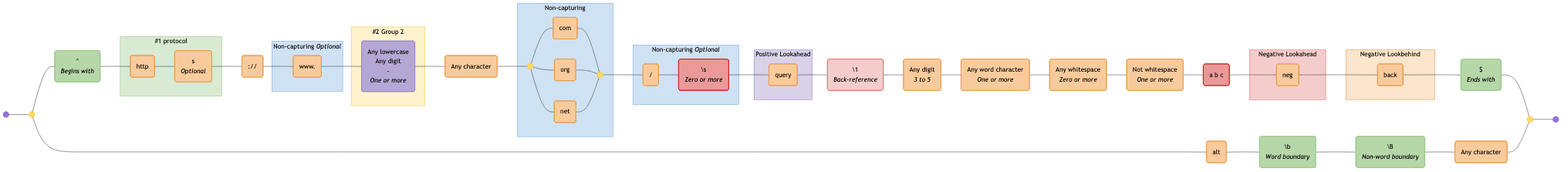
tayles/regex-to-mermaid keeps this Mermaid diagram as diagrams/all-tokens.mermaid-diagram.png. Above is the earlier version. Its source is kept beside it as diagrams/all-tokens.mermaid.
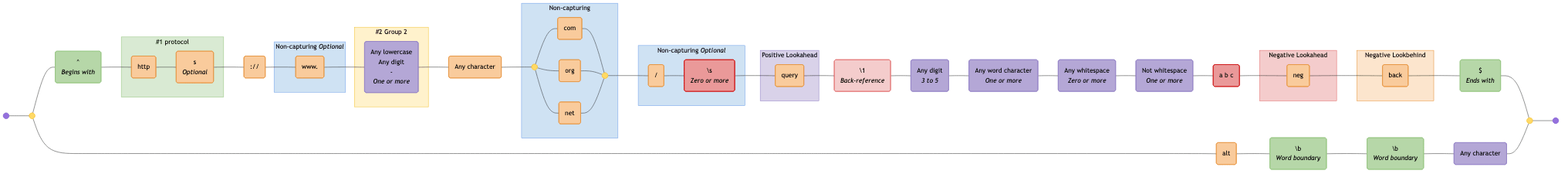
Above is the later version.

Change to the diagram source:
```diff
@@ -1,6 +1,6 @@
 graph LR
   accTitle: "Regex: ^(?<protocol>https?):\\/\\/(?:www\\.)?([a-z0-9\\-]+)\\.(?:com|org|net)(?:\\/[^\\s]*)?(?=query)\\1\\d{3,5}\\w+\\s*\\S+[^abc](?!neg)(?<!back)$|alt\\b\\B."
-  accDescr: "Generated with regex-to-mermaid@1.0.4"
+  accDescr: "Generated with regex-to-mermaid@1.1.0"
 
   start@{ shape: f-circ };
   fin@{ shape: f-circ };
@@ -9,31 +9,31 @@
   assertion_1("^<br><i>Begins with</i>"):::assertion;
   literal_1("http"):::literal;
   literal_2("s<br><i>Optional</i>"):::literal;
-  literal_3("://"):::literal;
-  literal_4("www."):::literal;
-  char_class_1("Any lowercase<br>Any digit<br>-<br><i>One or more</i>"):::char-class;
+  literal_3(":\/\/"):::literal;
+  literal_4("www\."):::literal;
+  char_class_1("Any lowercase<br>Any digit<br>\-<br><i>One or more</i>"):::char-class;
   literal_5("Any character"):::literal;
   disjunction_begin_2:::disjunction@{ shape: f-circ };
   disjunction_end_2:::disjunction@{ shape: f-circ };
   literal_6("com"):::literal;
   literal_7("org"):::literal;
   literal_8("net"):::literal;
-  literal_9("/"):::literal;
+  literal_9("\/"):::literal;
   negated_char_class_1("\s<br><i>Zero or more</i>"):::negated-char-class;
   literal_10("query"):::literal;
-  back_reference_1("\1<br><i>Back-reference</i>"):::back-reference;
-  literal_11("Any digit<br><i>3 to 5</i>"):::literal;
-  literal_12("Any word character<br><i>One or more</i>"):::literal;
-  literal_13("Any whitespace<br><i>Zero or more</i>"):::literal;
-  literal_14("Not whitespace<br><i>One or more</i>"):::literal;
+  back_reference_1("\\1<br><i>Back-reference</i>"):::back-reference;
+  char_class_2("Any digit<br><i>3 to 5</i>"):::char-class;
+  char_class_3("Any word character<br><i>One or more</i>"):::char-class;
+  char_class_4("Any whitespace<br><i>Zero or more</i>"):::char-class;
+  char_class_5("Not whitespace<br><i>One or more</i>"):::char-class;
   negated_char_class_2("a b c"):::negated-char-class;
-  literal_15("neg"):::literal;
-  literal_16("back"):::literal;
+  literal_11("neg"):::literal;
+  literal_12("back"):::literal;
   assertion_2("$<br><i>Ends with</i>"):::assertion;
-  literal_17("alt"):::literal;
+  literal_13("alt"):::literal;
   assertion_3("\b<br><i>Word boundary</i>"):::assertion;
-  assertion_4("\B<br><i>Non-word boundary</i>"):::assertion;
-  literal_18("Any character"):::literal;
+  assertion_4("\b<br><i>Word boundary</i>"):::assertion;
+  char_class_6("Any character"):::char-class;
 
   subgraph named_capture_1 ["#1 protocol"]
     literal_1
@@ -66,11 +66,11 @@
   end
 
   subgraph negative_lookahead_1 ["Negative Lookahead"]
-    literal_15
+    literal_11
   end
 
   subgraph negative_lookbehind_1 ["Negative Lookbehind"]
-    literal_16
+    literal_12
   end
 
   start --- disjunction_begin_1;
@@ -92,20 +92,20 @@
   literal_9 --- negated_char_class_1;
   negated_char_class_1 --- literal_10;
   literal_10 --- back_reference_1;
-  back_reference_1 --- literal_11;
+  back_reference_1 --- char_class_2;
+  char_class_2 --- char_class_3;
+  char_class_3 --- char_class_4;
+  char_class_4 --- char_class_5;
+  char_class_5 --- negated_char_class_2;
+  negated_char_class_2 --- literal_11;
   literal_11 --- literal_12;
-  literal_12 --- literal_13;
-  literal_13 --- literal_14;
-  literal_14 --- negated_char_class_2;
-  negated_char_class_2 --- literal_15;
-  literal_15 --- literal_16;
-  literal_16 --- assertion_2;
+  literal_12 --- assertion_2;
   assertion_2 --- disjunction_end_1;
-  disjunction_begin_1 --- literal_17;
-  literal_17 --- assertion_3;
+  disjunction_begin_1 --- literal_13;
+  literal_13 --- assertion_3;
   assertion_3 --- assertion_4;
-  assertion_4 --- literal_18;
-  literal_18 --- disjunction_end_1;
+  assertion_4 --- char_class_6;
+  char_class_6 --- disjunction_end_1;
   disjunction_end_1 --- fin;
 
   classDef disjunction fill:#FFD966,stroke:#F1C232,color:#000000;
```
